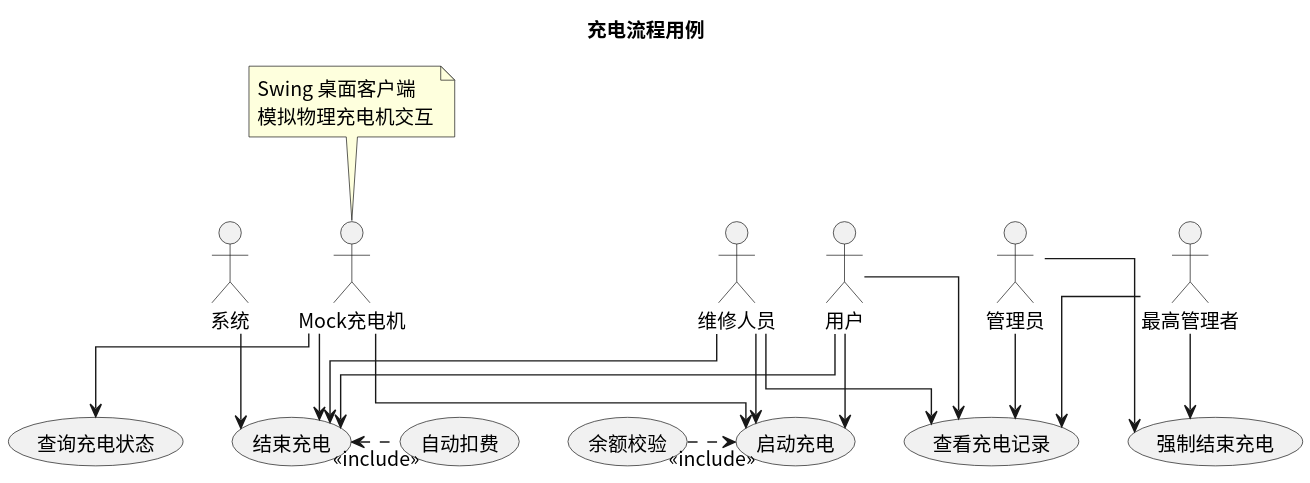
Above: usecase/docs/backend/img/charging_flow.svg in greenhandzdl/charging-station-doc (PlantUML), before the change.
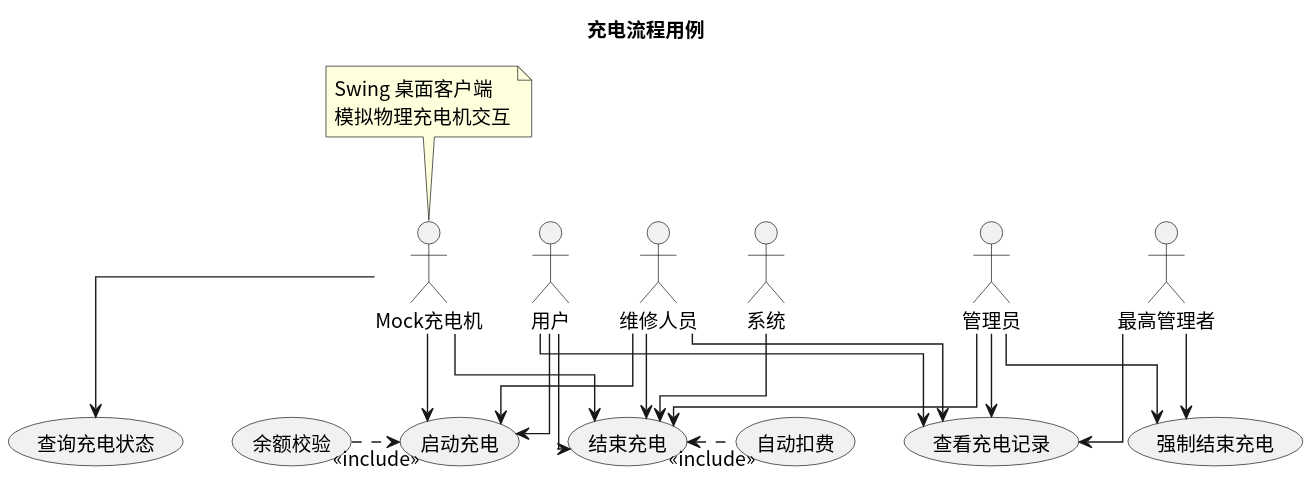
After the change.

Change to the diagram source:
```diff
@@ -26,6 +26,7 @@
 M --> 结束充电
 M --> 查看充电记录
 A --> 强制结束充电
+A --> 结束充电
 A --> 查看充电记录
 SA --> 强制结束充电
 SA --> 查看充电记录
```
